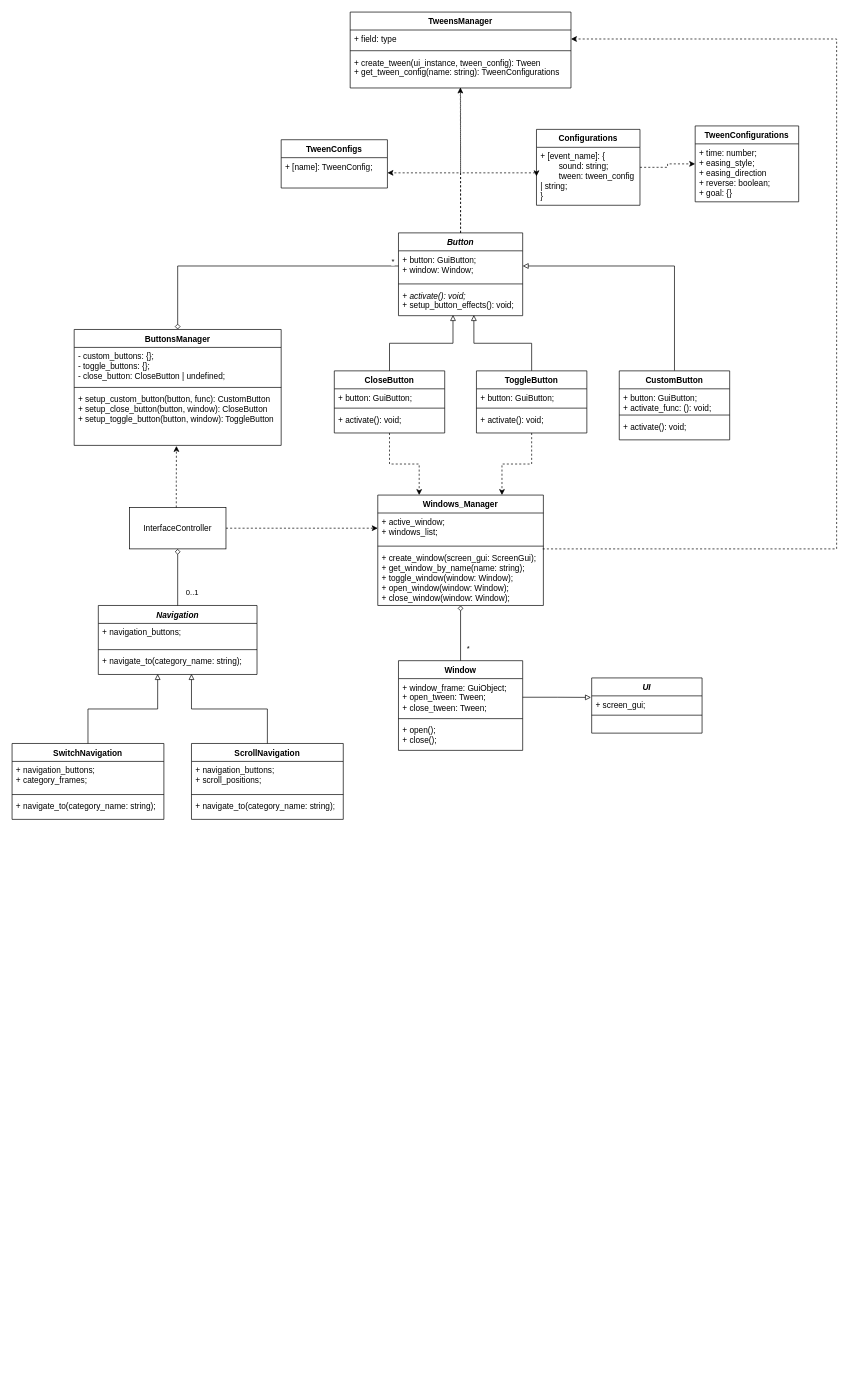
Before: UI_Manager.drawio in olimaly/Diagrams, a draw.io diagram. Source tidied: cells renumbered, new cells numbered last; positions are measured from the earlier drawing's top-left corner, leaving out a move shared by most shapes. Both pictures are drawn from the tidied source at 69%, with x=0, y=0 at pixel (12, 12).
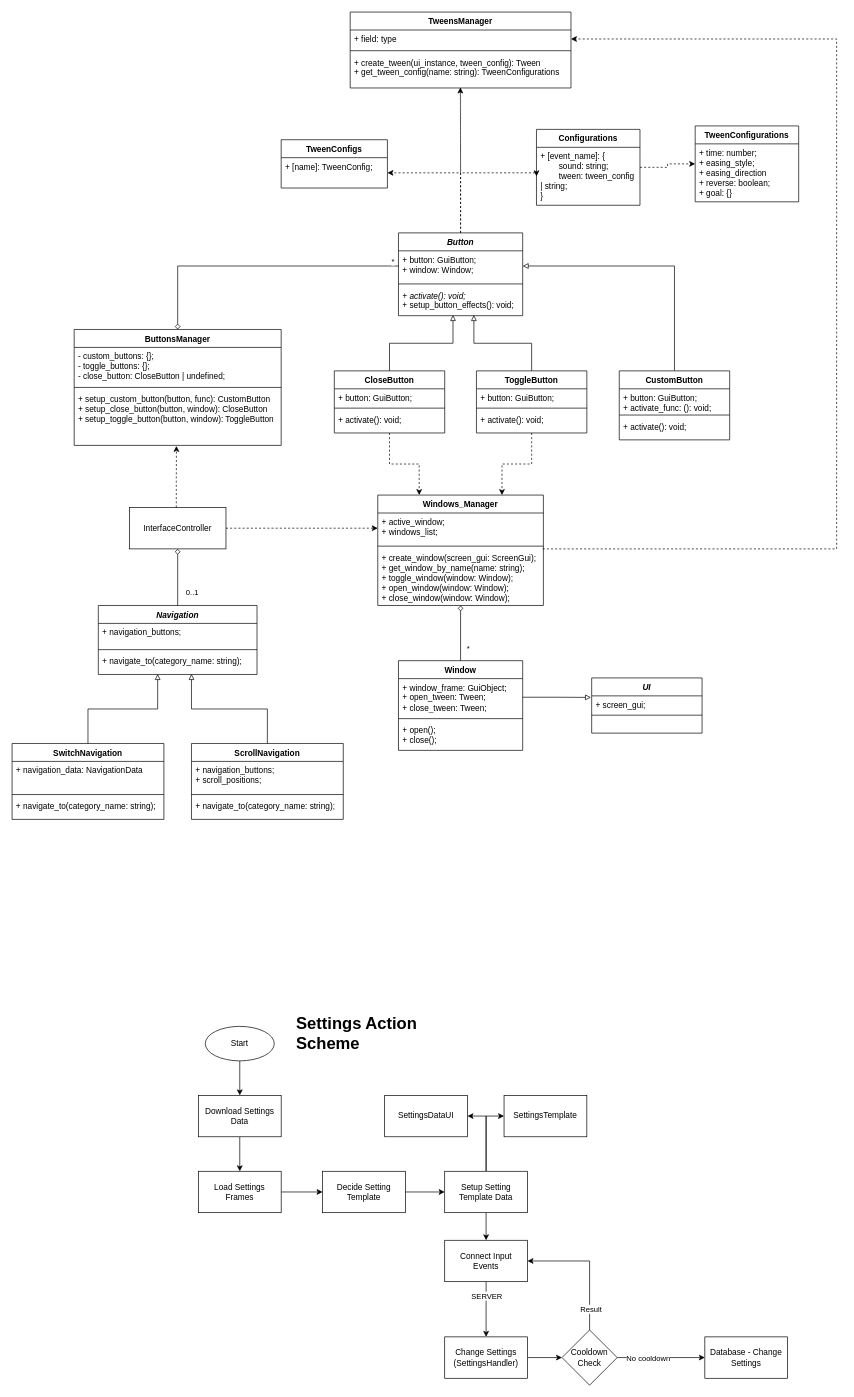
The same page after the edit.

The change refers to these unchanged cells:
```xml
<mxCell id="33" value="SwitchNavigation" style="swimlane;fontStyle=1;align=center;verticalAlign=top;horizontal=1;startSize=26;whiteSpace=wrap;html=1;" parent="1" vertex="1">
  <mxGeometry y="1060" width="220" height="110" as="geometry" />
</mxCell>
```

The edit, as a diff of the source:
```diff
@@
-    <mxCell id="34" value="&lt;div&gt;+ navigation_buttons;&lt;/div&gt;&lt;div&gt;+ category_frames;&lt;/div&gt;" style="text;strokeColor=none;fillColor=none;align=left;verticalAlign=top;spacingLeft=4;spacingRight=4;overflow=hidden;whiteSpace=wrap;html=1;" parent="33" vertex="1">
+    <mxCell id="34" value="&lt;div&gt;+ navigation_data: NavigationData&lt;/div&gt;" style="text;strokeColor=none;fillColor=none;align=left;verticalAlign=top;spacingLeft=4;spacingRight=4;overflow=hidden;whiteSpace=wrap;html=1;" parent="33" vertex="1">
       <mxGeometry y="26" width="220" height="44" as="geometry" />
     </mxCell>
@@
+    <mxCell id="78" style="edgeStyle=orthogonalEdgeStyle;rounded=0;jettySize=auto;html=1;" parent="1" edge="1" source="79" target="81">
+      <mxGeometry relative="1" as="geometry" />
+    </mxCell>
+    <mxCell id="79" value="Start" style="ellipse;whiteSpace=wrap;html=1;" parent="1" vertex="1">
+      <mxGeometry x="280" y="1470" width="100" height="50" as="geometry" />
+    </mxCell>
+    <mxCell id="80" style="edgeStyle=orthogonalEdgeStyle;rounded=0;jettySize=auto;html=1;" parent="1" edge="1" source="81" target="83">
+      <mxGeometry relative="1" as="geometry" />
+    </mxCell>
+    <mxCell id="81" value="Download Settings Data" style="rounded=0;whiteSpace=wrap;html=1;" parent="1" vertex="1">
+      <mxGeometry x="270" y="1570" width="120" height="60" as="geometry" />
+    </mxCell>
+    <mxCell id="82" style="edgeStyle=orthogonalEdgeStyle;rounded=0;jettySize=auto;html=1;" parent="1" edge="1" source="83" target="99">
+      <mxGeometry relative="1" as="geometry" />
+    </mxCell>
+    <mxCell id="83" value="Load Settings&lt;div&gt;Frames&lt;/div&gt;" style="whiteSpace=wrap;html=1;rounded=0;" parent="1" vertex="1">
+      <mxGeometry x="270" y="1680" width="120" height="60" as="geometry" />
+    </mxCell>
+    <mxCell id="84" style="edgeStyle=orthogonalEdgeStyle;rounded=0;jettySize=auto;html=1;" parent="1" edge="1" source="86" target="88">
+      <mxGeometry relative="1" as="geometry" />
+    </mxCell>
+    <mxCell id="85" value="SERVER" style="edgeLabel;html=1;align=center;verticalAlign=middle;" parent="84" vertex="1">
+      <mxGeometry x="-0.7" y="-1" relative="1" as="geometry">
+        <mxPoint x="1" y="8" as="offset" />
+      </mxGeometry>
+    </mxCell>
+    <mxCell id="86" value="Connect Input&lt;div&gt;Events&lt;/div&gt;" style="whiteSpace=wrap;html=1;rounded=0;" parent="1" vertex="1">
+      <mxGeometry x="627" y="1780" width="120" height="60" as="geometry" />
+    </mxCell>
+    <mxCell id="87" style="edgeStyle=orthogonalEdgeStyle;rounded=0;jettySize=auto;html=1;" parent="1" edge="1" source="88" target="93">
+      <mxGeometry relative="1" as="geometry" />
+    </mxCell>
+    <mxCell id="88" value="Change Settings&lt;div&gt;(SettingsHandler)&lt;/div&gt;" style="whiteSpace=wrap;html=1;rounded=0;" parent="1" vertex="1">
+      <mxGeometry x="627" y="1920" width="120" height="60" as="geometry" />
+    </mxCell>
+    <mxCell id="89" style="edgeStyle=orthogonalEdgeStyle;rounded=0;jettySize=auto;html=1;entryX=1;entryY=0.5;entryDx=0;entryDy=0;" parent="1" edge="1" source="93" target="86">
+      <mxGeometry relative="1" as="geometry">
+        <Array as="points">
+          <mxPoint x="837" y="1810" />
+        </Array>
+      </mxGeometry>
+    </mxCell>
+    <mxCell id="90" value="Result" style="edgeLabel;html=1;align=center;verticalAlign=middle;" parent="89" vertex="1">
+      <mxGeometry x="-0.67" y="-1" relative="1" as="geometry" />
+    </mxCell>
+    <mxCell id="91" style="edgeStyle=orthogonalEdgeStyle;rounded=0;jettySize=auto;html=1;" parent="1" edge="1" source="93" target="94">
+      <mxGeometry relative="1" as="geometry" />
+    </mxCell>
+    <mxCell id="92" value="No cooldown" style="edgeLabel;html=1;align=center;verticalAlign=middle;" parent="91" vertex="1">
+      <mxGeometry x="-0.51" y="1" relative="1" as="geometry">
+        <mxPoint x="13" y="1" as="offset" />
+      </mxGeometry>
+    </mxCell>
+    <mxCell id="93" value="Cooldown&lt;div&gt;Check&lt;/div&gt;" style="rhombus;whiteSpace=wrap;html=1;rounded=0;" parent="1" vertex="1">
+      <mxGeometry x="797" y="1910" width="80" height="80" as="geometry" />
+    </mxCell>
+    <mxCell id="94" value="Database - Change Settings" style="whiteSpace=wrap;html=1;rounded=0;" parent="1" vertex="1">
+      <mxGeometry x="1004" y="1920" width="120" height="60" as="geometry" />
+    </mxCell>
+    <mxCell id="95" value="&lt;h1 style=&quot;margin-top: 0px;&quot;&gt;Settings Action Scheme&lt;/h1&gt;" style="text;html=1;whiteSpace=wrap;overflow=hidden;rounded=0;" parent="1" vertex="1">
+      <mxGeometry x="410" y="1445" width="180" height="75" as="geometry" />
+    </mxCell>
+    <mxCell id="96" value="SettingsTemplate" style="whiteSpace=wrap;html=1;rounded=0;" parent="1" vertex="1">
+      <mxGeometry x="713" y="1570" width="120" height="60" as="geometry" />
+    </mxCell>
+    <mxCell id="97" value="SettingsDataUI" style="whiteSpace=wrap;html=1;rounded=0;" parent="1" vertex="1">
+      <mxGeometry x="540" y="1570" width="120" height="60" as="geometry" />
+    </mxCell>
+    <mxCell id="98" style="edgeStyle=orthogonalEdgeStyle;rounded=0;jettySize=auto;html=1;" parent="1" edge="1" source="99" target="103">
+      <mxGeometry relative="1" as="geometry" />
+    </mxCell>
+    <mxCell id="99" value="Decide Setting Template" style="whiteSpace=wrap;html=1;rounded=0;" parent="1" vertex="1">
+      <mxGeometry x="450" y="1680" width="120" height="60" as="geometry" />
+    </mxCell>
+    <mxCell id="100" style="edgeStyle=orthogonalEdgeStyle;rounded=0;jettySize=auto;html=1;entryX=0.5;entryY=0;entryDx=0;entryDy=0;" parent="1" edge="1" source="103" target="86">
+      <mxGeometry relative="1" as="geometry" />
+    </mxCell>
+    <mxCell id="101" style="edgeStyle=orthogonalEdgeStyle;rounded=0;jettySize=auto;html=1;entryX=1;entryY=0.5;entryDx=0;entryDy=0;" parent="1" edge="1" source="103" target="97">
+      <mxGeometry relative="1" as="geometry" />
+    </mxCell>
+    <mxCell id="102" style="edgeStyle=orthogonalEdgeStyle;rounded=0;jettySize=auto;html=1;entryX=0;entryY=0.5;entryDx=0;entryDy=0;" parent="1" edge="1" source="103" target="96">
+      <mxGeometry relative="1" as="geometry" />
+    </mxCell>
+    <mxCell id="103" value="Setup Setting Template Data" style="whiteSpace=wrap;html=1;rounded=0;" parent="1" vertex="1">
+      <mxGeometry x="627" y="1680" width="120" height="60" as="geometry" />
+    </mxCell>
```
